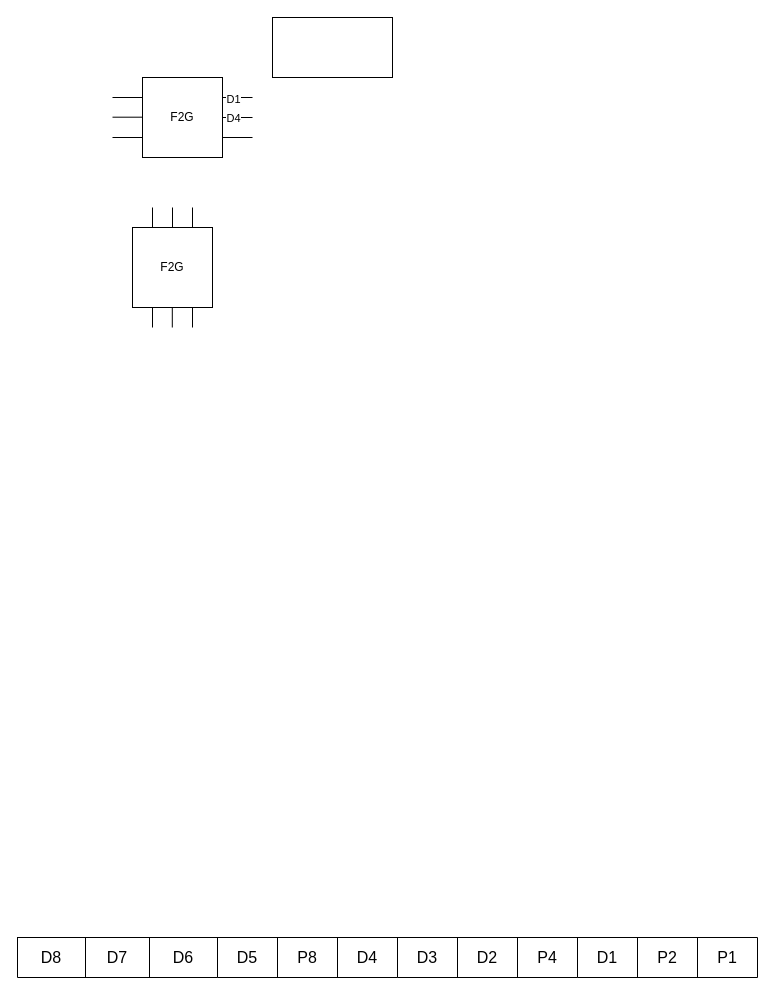
Aparup123/Drawio keeps this draw.io diagram as hamming_code_reversible.drawio. Above is the earlier version. Source tidied: cells renumbered, new cells numbered last; positions are measured from the earlier drawing's top-left corner, leaving out a move shared by most shapes. Both pictures are drawn from the tidied source at 100%, with x=0, y=0 at pixel (17, 17).
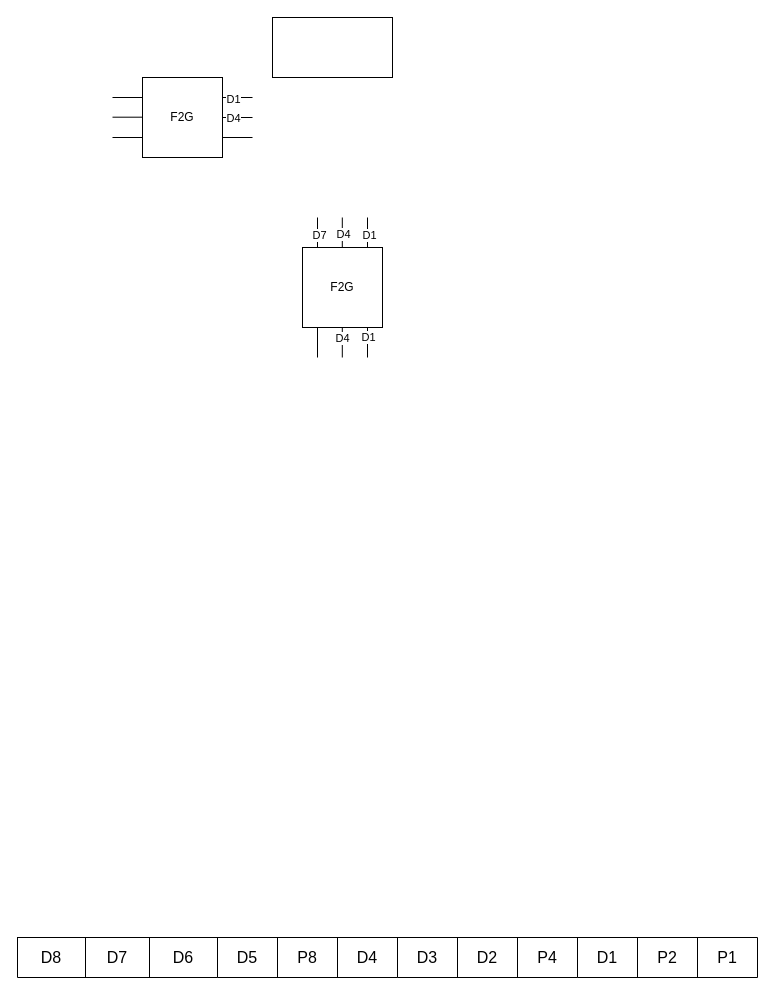
The same diagram, later.

What changed in the source:
```diff
@@
-    <mxCell id="14" style="group;" parent="1" vertex="1">
-      <mxGeometry x="115" y="190" width="80" height="120" as="geometry" />
-    </mxCell>
-    <mxCell id="15" value="F2G" style="whiteSpace=wrap;html=1;" parent="14" vertex="1">
-      <mxGeometry y="20" width="80" height="80" as="geometry" />
-    </mxCell>
-    <mxCell id="16" style="endArrow=none;html=1;rounded=0;" parent="14" edge="1">
-      <mxGeometry relative="1" as="geometry">
-        <mxPoint x="20" y="20" as="sourcePoint" />
-        <mxPoint x="20" as="targetPoint" />
-      </mxGeometry>
-    </mxCell>
-    <mxCell id="17" style="endArrow=none;html=1;rounded=0;" parent="14" edge="1">
-      <mxGeometry relative="1" as="geometry">
-        <mxPoint x="40" y="20" as="sourcePoint" />
-        <mxPoint x="40" as="targetPoint" />
-      </mxGeometry>
-    </mxCell>
-    <mxCell id="18" style="endArrow=none;html=1;rounded=0;" parent="14" edge="1">
-      <mxGeometry relative="1" as="geometry">
-        <mxPoint x="60" y="20" as="sourcePoint" />
-        <mxPoint x="60" as="targetPoint" />
-      </mxGeometry>
-    </mxCell>
-    <mxCell id="19" style="endArrow=none;html=1;rounded=0;" parent="14" edge="1">
-      <mxGeometry relative="1" as="geometry">
-        <mxPoint x="20" y="120" as="sourcePoint" />
-        <mxPoint x="20" y="100" as="targetPoint" />
-      </mxGeometry>
-    </mxCell>
-    <mxCell id="20" style="endArrow=none;html=1;rounded=0;" parent="14" edge="1">
-      <mxGeometry relative="1" as="geometry">
-        <mxPoint x="39.8" y="120" as="sourcePoint" />
-        <mxPoint x="39.8" y="100" as="targetPoint" />
-      </mxGeometry>
-    </mxCell>
-    <mxCell id="21" style="endArrow=none;html=1;rounded=0;" parent="14" edge="1">
-      <mxGeometry relative="1" as="geometry">
-        <mxPoint x="60" y="120" as="sourcePoint" />
-        <mxPoint x="60" y="100" as="targetPoint" />
-      </mxGeometry>
-    </mxCell>
@@
+    <mxCell id="46" style="group;" parent="1" vertex="1">
+      <mxGeometry x="285" y="200" width="80" height="140" as="geometry" />
+    </mxCell>
+    <mxCell id="47" style="group;" parent="46" vertex="1">
+      <mxGeometry width="80" height="110" as="geometry" />
+    </mxCell>
+    <mxCell id="15" value="F2G" style="whiteSpace=wrap;html=1;" parent="47" vertex="1">
+      <mxGeometry y="30" width="80" height="80" as="geometry" />
+    </mxCell>
+    <mxCell id="48" style="endArrow=none;html=1;rounded=0;" parent="47" edge="1">
+      <mxGeometry relative="1" as="geometry">
+        <mxPoint x="15" y="30" as="sourcePoint" />
+        <mxPoint x="15" as="targetPoint" />
+      </mxGeometry>
+    </mxCell>
+    <mxCell id="49" value="D7" style="edgeLabel;html=1;align=center;verticalAlign=middle;" parent="48" vertex="1">
+      <mxGeometry x="-0.15" y="-1" relative="1" as="geometry" />
+    </mxCell>
+    <mxCell id="50" style="endArrow=none;html=1;rounded=0;" parent="47" edge="1">
+      <mxGeometry relative="1" as="geometry">
+        <mxPoint x="65" y="30" as="sourcePoint" />
+        <mxPoint x="65" as="targetPoint" />
+      </mxGeometry>
+    </mxCell>
+    <mxCell id="51" value="D1" style="edgeLabel;html=1;align=center;verticalAlign=middle;" parent="50" vertex="1">
+      <mxGeometry x="-0.15" y="-1" relative="1" as="geometry" />
+    </mxCell>
+    <mxCell id="52" style="endArrow=none;html=1;rounded=0;" parent="47" edge="1">
+      <mxGeometry relative="1" as="geometry">
+        <mxPoint x="39.8" y="30" as="sourcePoint" />
+        <mxPoint x="39.8" as="targetPoint" />
+      </mxGeometry>
+    </mxCell>
+    <mxCell id="53" value="D4" style="edgeLabel;html=1;align=center;verticalAlign=middle;" parent="52" vertex="1">
+      <mxGeometry x="-0.06" y="-1" relative="1" as="geometry" />
+    </mxCell>
+    <mxCell id="54" style="endArrow=none;html=1;rounded=0;" parent="46" edge="1">
+      <mxGeometry relative="1" as="geometry">
+        <mxPoint x="15" y="140" as="sourcePoint" />
+        <mxPoint x="15" y="110" as="targetPoint" />
+      </mxGeometry>
+    </mxCell>
+    <mxCell id="55" style="endArrow=none;html=1;rounded=0;" parent="46" edge="1">
+      <mxGeometry relative="1" as="geometry">
+        <mxPoint x="39.8" y="140" as="sourcePoint" />
+        <mxPoint x="39.8" y="110" as="targetPoint" />
+      </mxGeometry>
+    </mxCell>
+    <mxCell id="56" value="D4" style="edgeLabel;html=1;align=center;verticalAlign=middle;" parent="55" vertex="1">
+      <mxGeometry x="-0.08" y="1" relative="1" as="geometry">
+        <mxPoint x="1" y="-6" as="offset" />
+      </mxGeometry>
+    </mxCell>
+    <mxCell id="57" style="endArrow=none;html=1;rounded=0;" parent="46" edge="1">
+      <mxGeometry relative="1" as="geometry">
+        <mxPoint x="65" y="140" as="sourcePoint" />
+        <mxPoint x="65" y="110" as="targetPoint" />
+      </mxGeometry>
+    </mxCell>
+    <mxCell id="58" value="D1" style="edgeLabel;html=1;align=center;verticalAlign=middle;" parent="57" vertex="1">
+      <mxGeometry x="-0.03" y="1" relative="1" as="geometry">
+        <mxPoint x="1" y="-6" as="offset" />
+      </mxGeometry>
+    </mxCell>
```
